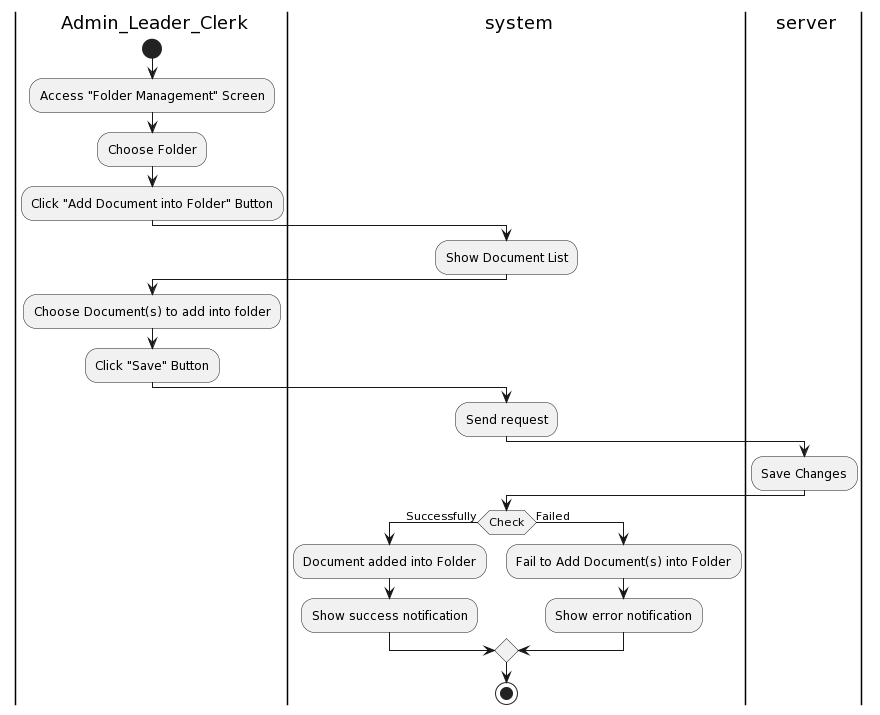
This is Lab1/Lab1.2/Activity Diagram/Folder/AddDocumentintoFolder/AddDocumentintoFolder.png from khoapham1003/SE357-Pratice-class, a PlantUML export, as it was before one commit. Its diagram source:
```plantuml
@startuml
|a| Admin_Leader_Clerk
|sys| system
|ser| server
|a|
start
:Access "Folder Management" Screen;
:Choose Folder;
:Click "Add Document into Folder" Button;
|sys|
:Show Document List;
|a|
:Choose Document(s) to add into folder;
:Click "Save" Button;
|sys|
:Send request;
|ser|
:Save Changes;
|sys|
if(Check) then (Successfully)
:Document added into Folder;
:Show success notification;
else (Failed)
:Fail to Add Document(s) into Folder;
:Show error notification;
endif

stop
@enduml
```
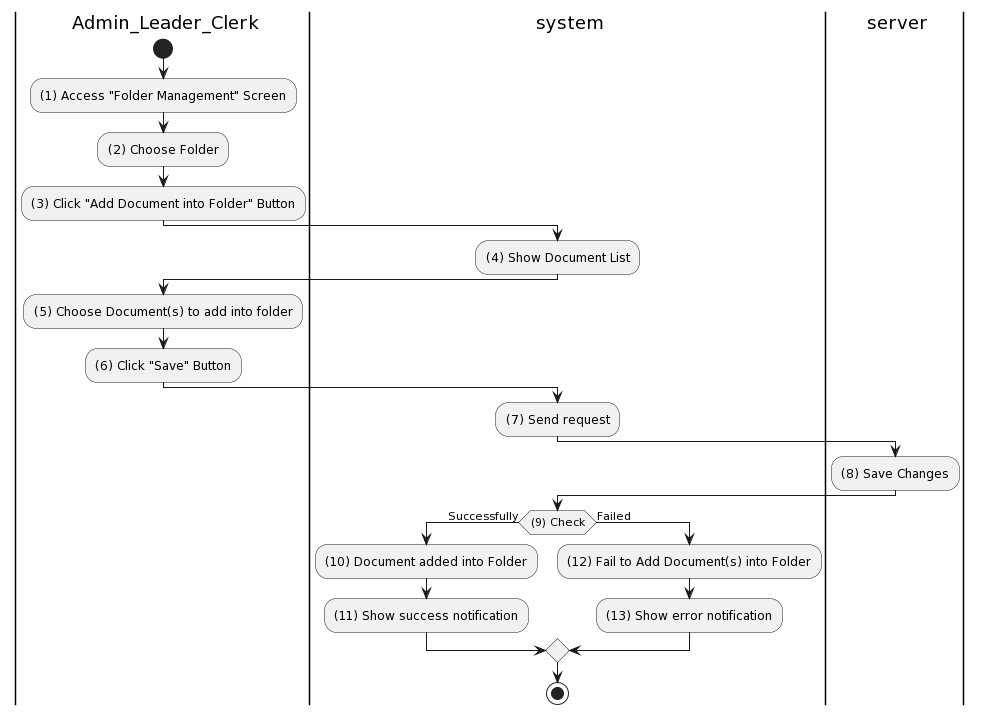
The same file after the commit.

Diff of the diagram source:
```diff
@@ -4,25 +4,25 @@
 |ser| server
 |a|
 start
-:Access "Folder Management" Screen;
-:Choose Folder;
-:Click "Add Document into Folder" Button;
+:(1) Access "Folder Management" Screen;
+:(2) Choose Folder;
+:(3) Click "Add Document into Folder" Button;
 |sys|
-:Show Document List;
+:(4) Show Document List;
 |a|
-:Choose Document(s) to add into folder;
-:Click "Save" Button;
+:(5) Choose Document(s) to add into folder;
+:(6) Click "Save" Button;
 |sys|
-:Send request;
+:(7) Send request;
 |ser|
-:Save Changes;
+:(8) Save Changes;
 |sys|
-if(Check) then (Successfully)
-:Document added into Folder;
-:Show success notification;
+if((9) Check) then (Successfully)
+:(10) Document added into Folder;
+:(11) Show success notification;
 else (Failed)
-:Fail to Add Document(s) into Folder;
-:Show error notification;
+:(12) Fail to Add Document(s) into Folder;
+:(13) Show error notification;
 endif
 
 stop
```
